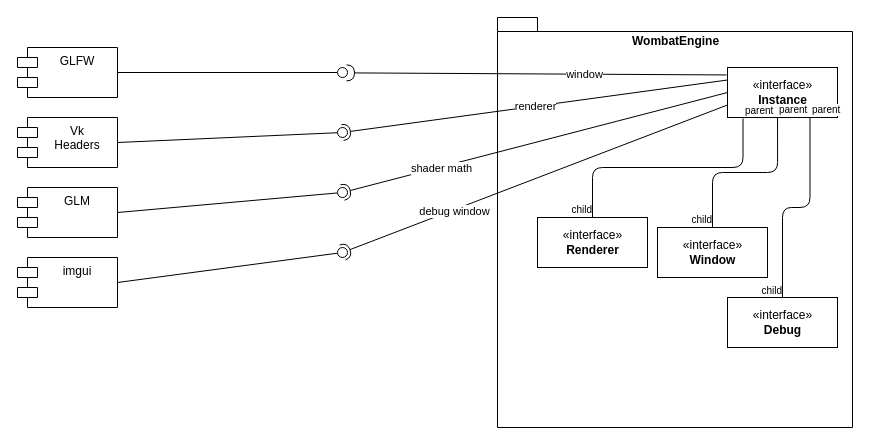
Above: UML/UML_Architecture_V1.drawio in AFaurholt/WombatEngine (draw.io), before the change. Source tidied: cells renumbered, new cells numbered last; positions are measured from the earlier drawing's top-left corner, leaving out a move shared by most shapes. Both pictures are drawn from the tidied source at 100%, with x=0, y=0 at pixel (17, 17).
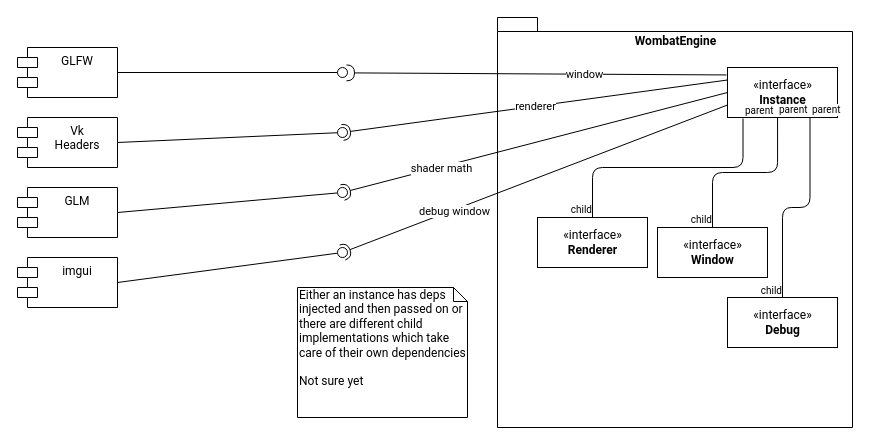
Above is the later version.

The edit, as a diff of the source:
```diff
@@
-    <mxCell id="2" value="GLFW" style="shape=module;align=left;spacingLeft=20;align=center;verticalAlign=top;" parent="1" vertex="1">
+    <mxCell id="2" value="GLFW" style="shape=module;align=left;spacingLeft=20;align=center;verticalAlign=top;fontFamily=Roboto;FType=g;" parent="1" vertex="1">
       <mxGeometry y="30" width="100" height="50" as="geometry" />
     </mxCell>
-    <mxCell id="3" value="Vk&#10;Headers&#10;" style="shape=module;align=left;spacingLeft=20;align=center;verticalAlign=top;" parent="1" vertex="1">
+    <mxCell id="3" value="Vk&#10;Headers&#10;" style="shape=module;align=left;spacingLeft=20;align=center;verticalAlign=top;fontFamily=Roboto;FType=g;" parent="1" vertex="1">
       <mxGeometry y="100" width="100" height="50" as="geometry" />
     </mxCell>
-    <mxCell id="4" value="GLM" style="shape=module;align=left;spacingLeft=20;align=center;verticalAlign=top;" parent="1" vertex="1">
+    <mxCell id="4" value="GLM" style="shape=module;align=left;spacingLeft=20;align=center;verticalAlign=top;fontFamily=Roboto;FType=g;" parent="1" vertex="1">
       <mxGeometry y="170" width="100" height="50" as="geometry" />
     </mxCell>
-    <mxCell id="5" value="imgui" style="shape=module;align=left;spacingLeft=20;align=center;verticalAlign=top;" parent="1" vertex="1">
+    <mxCell id="5" value="imgui" style="shape=module;align=left;spacingLeft=20;align=center;verticalAlign=top;fontFamily=Roboto;FType=g;" parent="1" vertex="1">
       <mxGeometry y="240" width="100" height="50" as="geometry" />
     </mxCell>
-    <mxCell id="6" value="WombatEngine" style="shape=folder;fontStyle=1;spacingTop=10;tabWidth=40;tabHeight=14;tabPosition=left;html=1;verticalAlign=top;" parent="1" vertex="1">
+    <mxCell id="6" value="WombatEngine" style="shape=folder;fontStyle=1;spacingTop=10;tabWidth=40;tabHeight=14;tabPosition=left;html=1;verticalAlign=top;fontFamily=Roboto;FType=g;" parent="1" vertex="1">
       <mxGeometry x="480" width="355" height="410" as="geometry" />
     </mxCell>
-    <mxCell id="7" value="«interface»&lt;br&gt;&lt;b&gt;Instance&lt;/b&gt;" style="html=1;" parent="1" vertex="1">
+    <mxCell id="7" value="«interface»&lt;br&gt;&lt;b&gt;Instance&lt;/b&gt;" style="html=1;fontFamily=Roboto;FType=g;" parent="1" vertex="1">
       <mxGeometry x="710" y="50" width="110" height="50" as="geometry" />
     </mxCell>
-    <mxCell id="8" value="«interface»&lt;br&gt;&lt;b&gt;Window&lt;/b&gt;" style="html=1;" parent="1" vertex="1">
+    <mxCell id="8" value="«interface»&lt;br&gt;&lt;b&gt;Window&lt;/b&gt;" style="html=1;fontFamily=Roboto;FType=g;" parent="1" vertex="1">
       <mxGeometry x="640" y="210" width="110" height="50" as="geometry" />
     </mxCell>
-    <mxCell id="9" style="endArrow=none;html=1;edgeStyle=orthogonalEdgeStyle;entryX=0.5;entryY=0;entryDx=0;entryDy=0;exitX=0.455;exitY=1;exitDx=0;exitDy=0;exitPerimeter=0;" parent="1" edge="1" source="7" target="8">
+    <mxCell id="9" style="endArrow=none;html=1;edgeStyle=orthogonalEdgeStyle;entryX=0.5;entryY=0;entryDx=0;entryDy=0;exitX=0.455;exitY=1;exitDx=0;exitDy=0;exitPerimeter=0;fontFamily=Roboto;FType=g;" parent="1" edge="1" source="7" target="8">
       <mxGeometry relative="1" as="geometry" />
     </mxCell>
-    <mxCell id="10" value="parent" style="html=1;align=left;verticalAlign=bottom;labelBackgroundColor=#ffffff;fontSize=10;" parent="9" vertex="1">
+    <mxCell id="10" value="parent" style="html=1;align=left;verticalAlign=bottom;labelBackgroundColor=#ffffff;fontSize=10;fontFamily=Roboto;FType=g;" parent="9" vertex="1">
       <mxGeometry x="-1" relative="1" as="geometry" />
     </mxCell>
-    <mxCell id="11" value="child" style="html=1;align=right;verticalAlign=bottom;labelBackgroundColor=#ffffff;fontSize=10;" parent="9" vertex="1">
+    <mxCell id="11" value="child" style="html=1;align=right;verticalAlign=bottom;labelBackgroundColor=#ffffff;fontSize=10;fontFamily=Roboto;FType=g;" parent="9" vertex="1">
       <mxGeometry x="1" relative="1" as="geometry" />
     </mxCell>
-    <mxCell id="12" value="«interface»&lt;br&gt;&lt;b&gt;Renderer&lt;/b&gt;" style="html=1;" parent="1" vertex="1">
+    <mxCell id="12" value="«interface»&lt;br&gt;&lt;b&gt;Renderer&lt;/b&gt;" style="html=1;fontFamily=Roboto;FType=g;" parent="1" vertex="1">
       <mxGeometry x="520" y="200" width="110" height="50" as="geometry" />
     </mxCell>
-    <mxCell id="13" style="endArrow=none;html=1;edgeStyle=orthogonalEdgeStyle;entryX=0.5;entryY=0;entryDx=0;entryDy=0;exitX=0.141;exitY=1.018;exitDx=0;exitDy=0;exitPerimeter=0;" parent="1" edge="1" source="7" target="12">
+    <mxCell id="13" style="endArrow=none;html=1;edgeStyle=orthogonalEdgeStyle;entryX=0.5;entryY=0;entryDx=0;entryDy=0;exitX=0.141;exitY=1.018;exitDx=0;exitDy=0;exitPerimeter=0;fontFamily=Roboto;FType=g;" parent="1" edge="1" source="7" target="12">
       <mxGeometry relative="1" as="geometry" />
     </mxCell>
-    <mxCell id="14" value="parent" style="html=1;align=left;verticalAlign=bottom;labelBackgroundColor=#ffffff;fontSize=10;" parent="13" vertex="1">
+    <mxCell id="14" value="parent" style="html=1;align=left;verticalAlign=bottom;labelBackgroundColor=#ffffff;fontSize=10;fontFamily=Roboto;FType=g;" parent="13" vertex="1">
       <mxGeometry x="-1" relative="1" as="geometry" />
     </mxCell>
-    <mxCell id="15" value="child" style="html=1;align=right;verticalAlign=bottom;labelBackgroundColor=#ffffff;fontSize=10;" parent="13" vertex="1">
+    <mxCell id="15" value="child" style="html=1;align=right;verticalAlign=bottom;labelBackgroundColor=#ffffff;fontSize=10;fontFamily=Roboto;FType=g;" parent="13" vertex="1">
       <mxGeometry x="1" relative="1" as="geometry" />
     </mxCell>
-    <mxCell id="16" style="rounded=0;jettySize=auto;html=1;endArrow=none;endFill=0;exitX=1;exitY=0.5;exitDx=0;exitDy=0;" parent="1" edge="1" source="2" target="19">
+    <mxCell id="16" style="rounded=0;jettySize=auto;html=1;endArrow=none;endFill=0;exitX=1;exitY=0.5;exitDx=0;exitDy=0;fontFamily=Roboto;FType=g;" parent="1" edge="1" source="2" target="19">
       <mxGeometry relative="1" as="geometry" />
     </mxCell>
-    <mxCell id="17" style="rounded=0;jettySize=auto;html=1;endArrow=halfCircle;endFill=0;endSize=6;strokeWidth=1;exitX=-0.009;exitY=0.149;exitDx=0;exitDy=0;exitPerimeter=0;entryX=0.9;entryY=0.538;entryDx=0;entryDy=0;entryPerimeter=0;" parent="1" edge="1" source="7" target="19">
+    <mxCell id="17" style="rounded=0;jettySize=auto;html=1;endArrow=halfCircle;endFill=0;endSize=6;strokeWidth=1;exitX=-0.009;exitY=0.149;exitDx=0;exitDy=0;exitPerimeter=0;entryX=0.9;entryY=0.538;entryDx=0;entryDy=0;entryPerimeter=0;fontFamily=Roboto;FType=g;" parent="1" edge="1" source="7" target="19">
       <mxGeometry relative="1" as="geometry" />
     </mxCell>
-    <mxCell id="18" value="window" style="edgeLabel;html=1;align=center;verticalAlign=middle;" parent="17" vertex="1">
+    <mxCell id="18" value="window" style="edgeLabel;html=1;align=center;verticalAlign=middle;fontFamily=Roboto;FType=g;" parent="17" vertex="1">
       <mxGeometry x="-0.25" relative="1" as="geometry" />
     </mxCell>
-    <mxCell id="19" style="ellipse;whiteSpace=wrap;html=1;fontFamily=Helvetica;fontSize=12;fontColor=#000000;align=center;strokeColor=#000000;fillColor=#ffffff;points=[];" parent="1" vertex="1">
+    <mxCell id="19" style="ellipse;whiteSpace=wrap;html=1;fontFamily=Roboto;fontSize=12;fontColor=#000000;align=center;strokeColor=#000000;fillColor=#ffffff;points=[];FType=g;" parent="1" vertex="1">
       <mxGeometry x="320" y="50" width="10" height="10" as="geometry" />
     </mxCell>
-    <mxCell id="20" style="rounded=0;jettySize=auto;html=1;endArrow=none;endFill=0;exitX=1;exitY=0.5;exitDx=0;exitDy=0;" parent="1" edge="1" source="3" target="22">
+    <mxCell id="20" style="rounded=0;jettySize=auto;html=1;endArrow=none;endFill=0;exitX=1;exitY=0.5;exitDx=0;exitDy=0;fontFamily=Roboto;FType=g;" parent="1" edge="1" source="3" target="22">
       <mxGeometry relative="1" as="geometry" />
     </mxCell>
-    <mxCell id="21" value="renderer" style="rounded=0;jettySize=auto;html=1;endArrow=halfCircle;endFill=0;entryX=0.5;entryY=0.5;entryDx=0;entryDy=0;endSize=6;strokeWidth=1;exitX=0;exitY=0.25;exitDx=0;exitDy=0;" parent="1" edge="1" source="7" target="22">
+    <mxCell id="21" value="renderer" style="rounded=0;jettySize=auto;html=1;endArrow=halfCircle;endFill=0;entryX=0.5;entryY=0.5;entryDx=0;entryDy=0;endSize=6;strokeWidth=1;exitX=0;exitY=0.25;exitDx=0;exitDy=0;fontFamily=Roboto;FType=g;" parent="1" edge="1" source="7" target="22">
       <mxGeometry relative="1" as="geometry" />
     </mxCell>
-    <mxCell id="22" style="ellipse;whiteSpace=wrap;html=1;fontFamily=Helvetica;fontSize=12;fontColor=#000000;align=center;strokeColor=#000000;fillColor=#ffffff;points=[];" parent="1" vertex="1">
+    <mxCell id="22" style="ellipse;whiteSpace=wrap;html=1;fontFamily=Roboto;fontSize=12;fontColor=#000000;align=center;strokeColor=#000000;fillColor=#ffffff;points=[];FType=g;" parent="1" vertex="1">
       <mxGeometry x="320" y="110" width="10" height="10" as="geometry" />
     </mxCell>
-    <mxCell id="23" style="rounded=0;jettySize=auto;html=1;endArrow=none;endFill=0;exitX=1;exitY=0.5;exitDx=0;exitDy=0;" parent="1" edge="1" source="4" target="26">
+    <mxCell id="23" style="rounded=0;jettySize=auto;html=1;endArrow=none;endFill=0;exitX=1;exitY=0.5;exitDx=0;exitDy=0;fontFamily=Roboto;FType=g;" parent="1" edge="1" source="4" target="26">
       <mxGeometry relative="1" as="geometry" />
     </mxCell>
-    <mxCell id="24" style="rounded=0;jettySize=auto;html=1;endArrow=halfCircle;endFill=0;entryX=0.5;entryY=0.5;entryDx=0;entryDy=0;endSize=6;strokeWidth=1;exitX=0;exitY=0.5;exitDx=0;exitDy=0;" parent="1" edge="1" source="7" target="26">
+    <mxCell id="24" style="rounded=0;jettySize=auto;html=1;endArrow=halfCircle;endFill=0;entryX=0.5;entryY=0.5;entryDx=0;entryDy=0;endSize=6;strokeWidth=1;exitX=0;exitY=0.5;exitDx=0;exitDy=0;fontFamily=Roboto;FType=g;" parent="1" edge="1" source="7" target="26">
       <mxGeometry relative="1" as="geometry" />
     </mxCell>
-    <mxCell id="25" value="shader math" style="edgeLabel;html=1;align=center;verticalAlign=middle;" parent="24" vertex="1">
+    <mxCell id="25" value="shader math" style="edgeLabel;html=1;align=center;verticalAlign=middle;fontFamily=Roboto;FType=g;" parent="24" vertex="1">
       <mxGeometry x="0.49" y="1" relative="1" as="geometry" />
     </mxCell>
-    <mxCell id="26" style="ellipse;whiteSpace=wrap;html=1;fontFamily=Helvetica;fontSize=12;fontColor=#000000;align=center;strokeColor=#000000;fillColor=#ffffff;points=[];" parent="1" vertex="1">
+    <mxCell id="26" style="ellipse;whiteSpace=wrap;html=1;fontFamily=Roboto;fontSize=12;fontColor=#000000;align=center;strokeColor=#000000;fillColor=#ffffff;points=[];FType=g;" parent="1" vertex="1">
       <mxGeometry x="320" y="170" width="10" height="10" as="geometry" />
     </mxCell>
-    <mxCell id="27" style="rounded=0;jettySize=auto;html=1;endArrow=none;endFill=0;exitX=1;exitY=0.5;exitDx=0;exitDy=0;" parent="1" edge="1" source="5" target="30">
+    <mxCell id="27" style="rounded=0;jettySize=auto;html=1;endArrow=none;endFill=0;exitX=1;exitY=0.5;exitDx=0;exitDy=0;fontFamily=Roboto;FType=g;" parent="1" edge="1" source="5" target="30">
       <mxGeometry relative="1" as="geometry" />
     </mxCell>
-    <mxCell id="28" style="rounded=0;jettySize=auto;html=1;endArrow=halfCircle;endFill=0;entryX=0.5;entryY=0.5;entryDx=0;entryDy=0;endSize=6;strokeWidth=1;exitX=0;exitY=0.75;exitDx=0;exitDy=0;" parent="1" edge="1" source="7" target="30">
+    <mxCell id="28" style="rounded=0;jettySize=auto;html=1;endArrow=halfCircle;endFill=0;entryX=0.5;entryY=0.5;entryDx=0;entryDy=0;endSize=6;strokeWidth=1;exitX=0;exitY=0.75;exitDx=0;exitDy=0;fontFamily=Roboto;FType=g;" parent="1" edge="1" source="7" target="30">
       <mxGeometry relative="1" as="geometry" />
     </mxCell>
-    <mxCell id="29" value="debug window" style="edgeLabel;html=1;align=center;verticalAlign=middle;" parent="28" vertex="1">
+    <mxCell id="29" value="debug window" style="edgeLabel;html=1;align=center;verticalAlign=middle;fontFamily=Roboto;FType=g;" parent="28" vertex="1">
       <mxGeometry x="0.42" y="1" relative="1" as="geometry" />
     </mxCell>
-    <mxCell id="30" style="ellipse;whiteSpace=wrap;html=1;fontFamily=Helvetica;fontSize=12;fontColor=#000000;align=center;strokeColor=#000000;fillColor=#ffffff;points=[];" parent="1" vertex="1">
+    <mxCell id="30" style="ellipse;whiteSpace=wrap;html=1;fontFamily=Roboto;fontSize=12;fontColor=#000000;align=center;strokeColor=#000000;fillColor=#ffffff;points=[];FType=g;" parent="1" vertex="1">
       <mxGeometry x="320" y="230" width="10" height="10" as="geometry" />
     </mxCell>
-    <mxCell id="31" value="«interface»&lt;br&gt;&lt;b&gt;Debug&lt;/b&gt;" style="html=1;" parent="1" vertex="1">
+    <mxCell id="31" value="«interface»&lt;br&gt;&lt;b&gt;Debug&lt;/b&gt;" style="html=1;fontFamily=Roboto;FType=g;" parent="1" vertex="1">
       <mxGeometry x="710" y="280" width="110" height="50" as="geometry" />
     </mxCell>
-    <mxCell id="32" style="endArrow=none;html=1;edgeStyle=orthogonalEdgeStyle;entryX=0.5;entryY=0;entryDx=0;entryDy=0;exitX=0.75;exitY=1;exitDx=0;exitDy=0;" parent="1" edge="1" source="7" target="31">
+    <mxCell id="32" style="endArrow=none;html=1;edgeStyle=orthogonalEdgeStyle;entryX=0.5;entryY=0;entryDx=0;entryDy=0;exitX=0.75;exitY=1;exitDx=0;exitDy=0;fontFamily=Roboto;FType=g;" parent="1" edge="1" source="7" target="31">
       <mxGeometry relative="1" as="geometry" />
     </mxCell>
-    <mxCell id="33" value="parent" style="html=1;align=left;verticalAlign=bottom;labelBackgroundColor=#ffffff;fontSize=10;" parent="32" vertex="1">
+    <mxCell id="33" value="parent" style="html=1;align=left;verticalAlign=bottom;labelBackgroundColor=#ffffff;fontSize=10;fontFamily=Roboto;FType=g;" parent="32" vertex="1">
       <mxGeometry x="-1" relative="1" as="geometry" />
     </mxCell>
-    <mxCell id="34" value="child" style="html=1;align=right;verticalAlign=bottom;labelBackgroundColor=#ffffff;fontSize=10;" parent="32" vertex="1">
+    <mxCell id="34" value="child" style="html=1;align=right;verticalAlign=bottom;labelBackgroundColor=#ffffff;fontSize=10;fontFamily=Roboto;FType=g;" parent="32" vertex="1">
       <mxGeometry x="1" relative="1" as="geometry" />
     </mxCell>
+    <mxCell id="35" value="&lt;div&gt;Either an instance has deps injected and then passed on or there are different child implementations which take care of their own dependencies&lt;/div&gt;&lt;div&gt;&lt;br&gt;&lt;/div&gt;&lt;div&gt;Not sure yet&lt;br&gt;&lt;/div&gt;" style="shape=note;whiteSpace=wrap;html=1;size=14;verticalAlign=top;align=left;spacingTop=-6;fontFamily=Roboto;FType=g;" parent="1" vertex="1">
+      <mxGeometry x="280" y="270" width="170" height="130" as="geometry" />
+    </mxCell>
```
